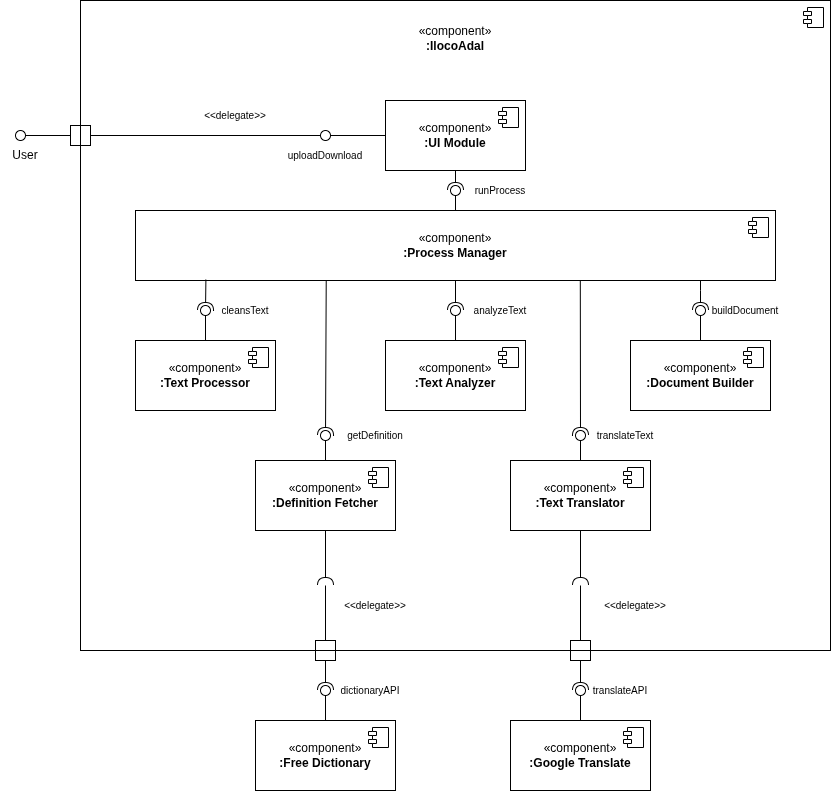
This is Component Diagram/ComponentDiagram.drawio.png from Rndel01/IlocoAdal, a draw.io export, as it was before one commit. Source tidied: cells renumbered, new cells last; positions are measured from the earlier drawing's top-left corner, leaving out a move shared by most shapes.
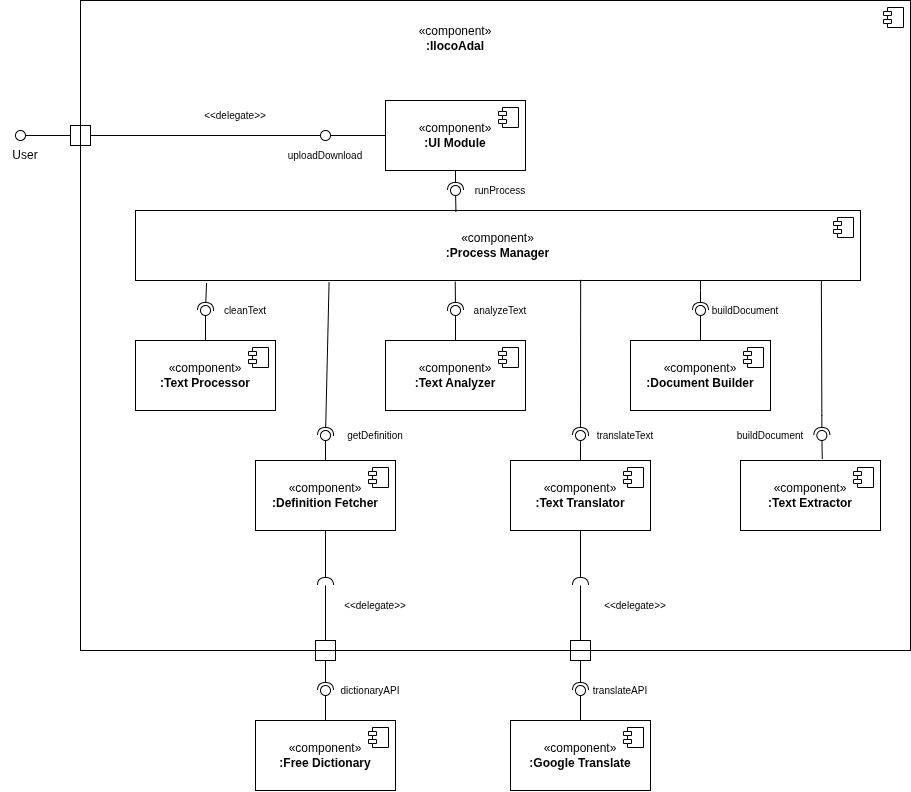
Later version of the same file.

Commit message:
Updated Component Diagram

What changed in the source:
```diff
@@ -2,14 +2,14 @@
   <root>
     <mxCell id="0" />
     <mxCell id="1" parent="0" />
-    <mxCell id="2" style="group;" parent="1" vertex="1">
-      <mxGeometry width="830" height="790" as="geometry" />
+    <mxCell id="2" value=" " style="group;" parent="1" vertex="1">
+      <mxGeometry width="910" height="790" as="geometry" />
     </mxCell>
     <mxCell id="3" style="group;" parent="2" vertex="1">
-      <mxGeometry x="80" width="750" height="670" as="geometry" />
+      <mxGeometry x="80" width="830" height="670" as="geometry" />
     </mxCell>
-    <mxCell id="4" style="html=1;whiteSpace=wrap;" parent="3" vertex="1">
-      <mxGeometry width="750" height="650" as="geometry" />
+    <mxCell id="4" value="&amp;nbsp; &amp;nbsp; &amp;nbsp; &amp;nbsp; &amp;nbsp; &amp;nbsp; &amp;nbsp; &amp;nbsp; &amp;nbsp; &amp;nbsp; " style="html=1;whiteSpace=wrap;" parent="3" vertex="1">
+      <mxGeometry width="830" height="650" as="geometry" />
     </mxCell>
     <mxCell id="5" style="shape=module;jettyWidth=8;jettyHeight=4;" parent="4" vertex="1">
       <mxGeometry x="1" width="20" height="20" relative="1" as="geometry">
@@ -28,7 +28,7 @@
       </mxGeometry>
     </mxCell>
     <mxCell id="9" value="«component»&lt;br&gt;&lt;b&gt;:Process Manager&lt;/b&gt;" style="html=1;whiteSpace=wrap;" parent="3" vertex="1">
-      <mxGeometry x="55" y="210" width="640" height="70" as="geometry" />
+      <mxGeometry x="55" y="210" width="725" height="70" as="geometry" />
     </mxCell>
     <mxCell id="10" style="shape=module;jettyWidth=8;jettyHeight=4;" parent="9" vertex="1">
       <mxGeometry x="1" width="20" height="20" relative="1" as="geometry">
@@ -88,7 +88,7 @@
     <mxCell id="25" style="rounded=0;jettySize=auto;html=1;endArrow=halfCircle;endFill=0;endSize=6;strokeWidth=1;sketch=0;" parent="3" edge="1" source="7" target="27">
       <mxGeometry relative="1" as="geometry" />
     </mxCell>
-    <mxCell id="26" style="rounded=0;jettySize=auto;html=1;endArrow=oval;endFill=0;sketch=0;sourcePerimeterSpacing=0;targetPerimeterSpacing=0;endSize=10;" parent="3" edge="1" source="9" target="27">
+    <mxCell id="26" value=" " style="rounded=0;jettySize=auto;html=1;endArrow=oval;endFill=0;sketch=0;sourcePerimeterSpacing=0;targetPerimeterSpacing=0;endSize=10;exitX=0.442;exitY=0.016;exitDx=0;exitDy=0;exitPerimeter=0;" parent="3" edge="1" source="9" target="27">
       <mxGeometry relative="1" as="geometry" />
     </mxCell>
     <mxCell id="27" style="ellipse;whiteSpace=wrap;html=1;align=center;fillColor=none;strokeColor=none;perimeter=centerPerimeter;points=[];outlineConnect=1;" parent="3" vertex="1">
@@ -97,7 +97,7 @@
     <mxCell id="28" style="ellipse;whiteSpace=wrap;html=1;align=center;fillColor=none;strokeColor=none;perimeter=centerPerimeter;" parent="3" vertex="1">
       <mxGeometry x="125" y="305" width="10" height="10" as="geometry" />
     </mxCell>
-    <mxCell id="29" style="rounded=0;jettySize=auto;html=1;endArrow=halfCircle;endFill=0;endSize=6;strokeWidth=1;sketch=0;exitX=0.298;exitY=1.005;exitDx=0;exitDy=0;exitPerimeter=0;" parent="3" edge="1" source="9" target="31">
+    <mxCell id="29" style="rounded=0;jettySize=auto;html=1;endArrow=halfCircle;endFill=0;endSize=6;strokeWidth=1;sketch=0;exitX=0.267;exitY=1.025;exitDx=0;exitDy=0;exitPerimeter=0;" parent="3" edge="1" source="9" target="31">
       <mxGeometry relative="1" as="geometry" />
     </mxCell>
     <mxCell id="30" style="rounded=0;jettySize=auto;html=1;endArrow=oval;endFill=0;sketch=0;sourcePerimeterSpacing=0;targetPerimeterSpacing=0;endSize=10;" parent="3" edge="1" source="60" target="31">
@@ -106,7 +106,7 @@
     <mxCell id="31" style="ellipse;whiteSpace=wrap;html=1;align=center;fillColor=none;strokeColor=none;perimeter=centerPerimeter;points=[];outlineConnect=1;" parent="3" vertex="1">
       <mxGeometry x="240" y="430" width="10" height="10" as="geometry" />
     </mxCell>
-    <mxCell id="32" style="rounded=0;jettySize=auto;html=1;endArrow=halfCircle;endFill=0;endSize=6;strokeWidth=1;sketch=0;" parent="3" edge="1" source="9" target="34">
+    <mxCell id="32" style="rounded=0;jettySize=auto;html=1;endArrow=halfCircle;endFill=0;endSize=6;strokeWidth=1;sketch=0;exitX=0.441;exitY=1.016;exitDx=0;exitDy=0;exitPerimeter=0;" parent="3" edge="1" source="9" target="34">
       <mxGeometry relative="1" as="geometry" />
     </mxCell>
     <mxCell id="33" style="rounded=0;jettySize=auto;html=1;endArrow=oval;endFill=0;sketch=0;sourcePerimeterSpacing=0;targetPerimeterSpacing=0;endSize=10;" parent="3" edge="1" source="13" target="34">
@@ -129,7 +129,7 @@
     <mxCell id="37" style="ellipse;whiteSpace=wrap;html=1;align=center;fillColor=none;strokeColor=none;perimeter=centerPerimeter;points=[];outlineConnect=1;" parent="3" vertex="1">
       <mxGeometry x="615" y="305" width="10" height="10" as="geometry" />
     </mxCell>
-    <mxCell id="38" style="rounded=0;jettySize=auto;html=1;endArrow=halfCircle;endFill=0;endSize=6;strokeWidth=1;sketch=0;exitX=0.695;exitY=1.004;exitDx=0;exitDy=0;exitPerimeter=0;" parent="3" edge="1" source="9" target="40">
+    <mxCell id="38" style="rounded=0;jettySize=auto;html=1;endArrow=halfCircle;endFill=0;endSize=6;strokeWidth=1;sketch=0;exitX=0.614;exitY=0.99;exitDx=0;exitDy=0;exitPerimeter=0;" parent="3" edge="1" source="9" target="40">
       <mxGeometry relative="1" as="geometry" />
     </mxCell>
     <mxCell id="39" style="rounded=0;jettySize=auto;html=1;endArrow=oval;endFill=0;sketch=0;sourcePerimeterSpacing=0;targetPerimeterSpacing=0;endSize=10;" parent="3" edge="1" source="17" target="40">
@@ -138,7 +138,7 @@
     <mxCell id="40" style="ellipse;whiteSpace=wrap;html=1;align=center;fillColor=none;strokeColor=none;perimeter=centerPerimeter;points=[];outlineConnect=1;" parent="3" vertex="1">
       <mxGeometry x="495" y="430" width="10" height="10" as="geometry" />
     </mxCell>
-    <mxCell id="41" style="rounded=0;jettySize=auto;html=1;endArrow=halfCircle;endFill=0;endSize=6;strokeWidth=1;sketch=0;exitX=0.11;exitY=0.987;exitDx=0;exitDy=0;exitPerimeter=0;" parent="3" edge="1" source="9" target="43">
+    <mxCell id="41" style="rounded=0;jettySize=auto;html=1;endArrow=halfCircle;endFill=0;endSize=6;strokeWidth=1;sketch=0;exitX=0.098;exitY=1.035;exitDx=0;exitDy=0;exitPerimeter=0;" parent="3" edge="1" source="9" target="43">
       <mxGeometry relative="1" as="geometry" />
     </mxCell>
     <mxCell id="42" style="rounded=0;jettySize=auto;html=1;endArrow=oval;endFill=0;sketch=0;sourcePerimeterSpacing=0;targetPerimeterSpacing=0;endSize=10;" parent="3" edge="1" source="11" target="43">
@@ -165,7 +165,7 @@
     <mxCell id="49" style="edgeStyle=orthogonalEdgeStyle;rounded=0;jettySize=auto;html=1;entryX=0.564;entryY=0.141;entryDx=0;entryDy=0;entryPerimeter=0;endArrow=none;endFill=0;" parent="3" edge="1" source="20" target="48">
       <mxGeometry relative="1" as="geometry" />
     </mxCell>
-    <mxCell id="50" value="&lt;font style=&quot;font-size: 10px;&quot;&gt;cleansText&lt;/font&gt;" style="text;html=1;whiteSpace=wrap;strokeColor=none;fillColor=none;align=center;verticalAlign=middle;rounded=0;" parent="3" vertex="1">
+    <mxCell id="50" value="&lt;font style=&quot;font-size: 10px;&quot;&gt;cleanText&lt;/font&gt;" style="text;html=1;whiteSpace=wrap;strokeColor=none;fillColor=none;align=center;verticalAlign=middle;rounded=0;" parent="3" vertex="1">
       <mxGeometry x="135" y="295" width="60" height="30" as="geometry" />
     </mxCell>
     <mxCell id="51" value="&lt;span style=&quot;font-size: 10px;&quot;&gt;uploadDownload&lt;/span&gt;" style="text;html=1;whiteSpace=wrap;strokeColor=none;fillColor=none;align=center;verticalAlign=middle;rounded=0;" parent="3" vertex="1">
@@ -203,6 +203,17 @@
         <mxPoint x="-27" y="7" as="offset" />
       </mxGeometry>
     </mxCell>
+    <mxCell id="77" value="«component»&lt;br&gt;&lt;b&gt;:Text Extractor&lt;/b&gt;" style="html=1;whiteSpace=wrap;" parent="3" vertex="1">
+      <mxGeometry x="660" y="460" width="140" height="70" as="geometry" />
+    </mxCell>
+    <mxCell id="78" style="shape=module;jettyWidth=8;jettyHeight=4;" parent="77" vertex="1">
+      <mxGeometry x="1" width="20" height="20" relative="1" as="geometry">
+        <mxPoint x="-27" y="7" as="offset" />
+      </mxGeometry>
+    </mxCell>
+    <mxCell id="79" value="buildDocument" style="text;html=1;whiteSpace=wrap;strokeColor=none;fillColor=none;align=center;verticalAlign=middle;rounded=0;fontSize=10;" parent="3" vertex="1">
+      <mxGeometry x="650" y="420" width="80" height="30" as="geometry" />
+    </mxCell>
     <mxCell id="62" value="«component»&lt;br&gt;&lt;b&gt;:Free Dictionary&lt;/b&gt;" style="html=1;whiteSpace=wrap;" parent="2" vertex="1">
       <mxGeometry x="255" y="720" width="140" height="70" as="geometry" />
     </mxCell>
@@ -252,5 +263,18 @@
     <mxCell id="76" value="User" style="text;html=1;whiteSpace=wrap;strokeColor=none;fillColor=none;align=center;verticalAlign=middle;rounded=0;" parent="2" vertex="1">
       <mxGeometry y="140" width="50" height="30" as="geometry" />
     </mxCell>
+    <mxCell id="80" style="rounded=0;jettySize=auto;html=1;endArrow=halfCircle;endFill=0;endSize=6;strokeWidth=1;sketch=0;exitX=0.946;exitY=1.004;exitDx=0;exitDy=0;exitPerimeter=0;" parent="2" edge="1" source="9" target="82">
+      <mxGeometry x="0.81" relative="1" as="geometry">
+        <Array as="points">
+          <mxPoint x="821.4" y="415" />
+        </Array>
+      </mxGeometry>
+    </mxCell>
+    <mxCell id="81" style="rounded=0;jettySize=auto;html=1;endArrow=oval;endFill=0;sketch=0;sourcePerimeterSpacing=0;targetPerimeterSpacing=0;endSize=10;exitX=0.584;exitY=-0.021;exitDx=0;exitDy=0;exitPerimeter=0;" parent="2" edge="1" source="77" target="82">
+      <mxGeometry relative="1" as="geometry" />
+    </mxCell>
+    <mxCell id="82" style="ellipse;whiteSpace=wrap;html=1;align=center;fillColor=none;strokeColor=none;perimeter=centerPerimeter;points=[];outlineConnect=1;" parent="2" vertex="1">
+      <mxGeometry x="816.4" y="430" width="10" height="10" as="geometry" />
+    </mxCell>
   </root>
 </mxGraphModel>
```
